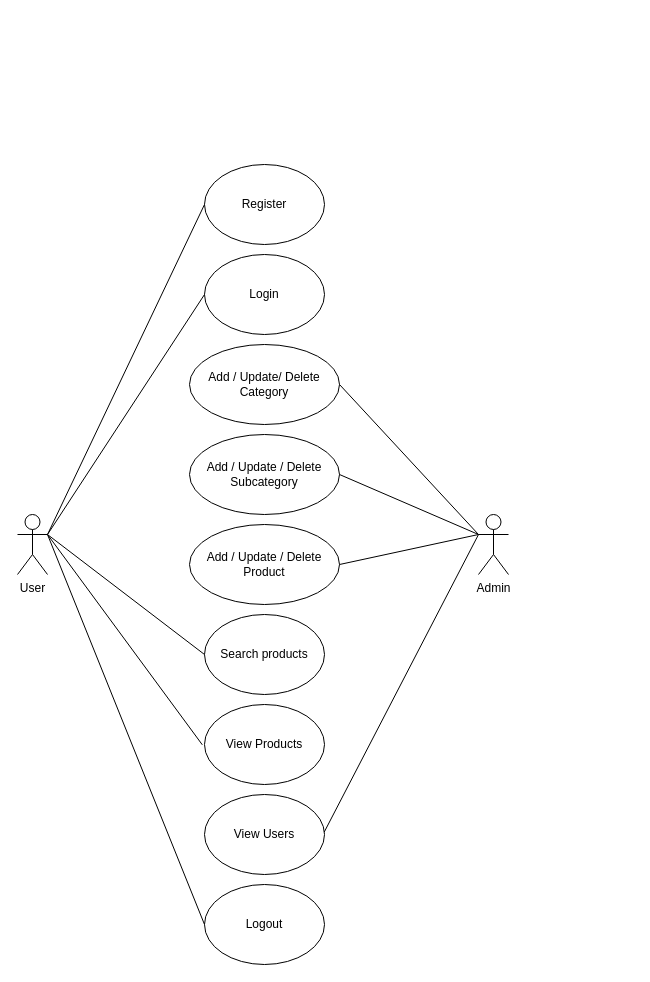
Earlier version of the draw.io diagram use-case diagramme.drawio (PrinceRudani/codedecoders). Source tidied: cells renumbered, new cells numbered last; positions are measured from the earlier drawing's top-left corner, leaving out a move shared by most shapes. Both pictures are drawn from the tidied source at 100%, with x=0, y=0 at pixel (17, 164).
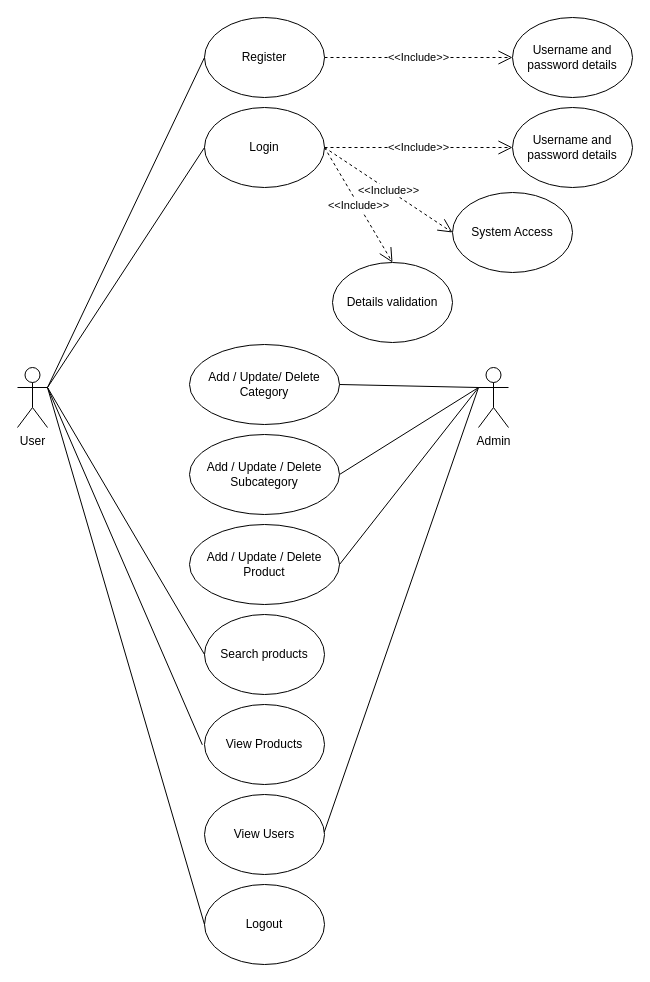
The same diagram, later.

The edit, as a diff of the source:
```diff
@@
     <mxCell id="6" value="Register" style="ellipse;whiteSpace=wrap;html=1;labelBackgroundColor=none;" parent="1" vertex="1">
-      <mxGeometry x="187" width="120" height="80" as="geometry" />
+      <mxGeometry x="187" y="-147" width="120" height="80" as="geometry" />
     </mxCell>
@@
     <mxCell id="10" value="Login" style="ellipse;whiteSpace=wrap;html=1;labelBackgroundColor=none;" parent="1" vertex="1">
-      <mxGeometry x="187" y="90" width="120" height="80" as="geometry" />
+      <mxGeometry x="187" y="-57" width="120" height="80" as="geometry" />
     </mxCell>
     <mxCell id="11" value="User" style="shape=umlActor;verticalLabelPosition=bottom;verticalAlign=top;html=1;outlineConnect=0;labelBackgroundColor=none;" parent="1" vertex="1">
-      <mxGeometry y="350" width="30" height="60" as="geometry" />
+      <mxGeometry y="203" width="30" height="60" as="geometry" />
     </mxCell>
     <mxCell id="12" value="Admin" style="shape=umlActor;verticalLabelPosition=bottom;verticalAlign=top;html=1;outlineConnect=0;labelBackgroundColor=none;" parent="1" vertex="1">
-      <mxGeometry x="461" y="350" width="30" height="60" as="geometry" />
+      <mxGeometry x="461" y="203" width="30" height="60" as="geometry" />
     </mxCell>
@@
+    <mxCell id="22" value="&amp;lt;&amp;lt;Include&amp;gt;&amp;gt;" style="endArrow=open;endSize=12;dashed=1;html=1;rounded=0;exitX=1;exitY=0.5;exitDx=0;exitDy=0;entryX=0;entryY=0.5;entryDx=0;entryDy=0;" parent="1" edge="1" source="6" target="23">
+      <mxGeometry relative="1" as="geometry" />
+    </mxCell>
+    <mxCell id="23" value="Username and password details" style="ellipse;whiteSpace=wrap;html=1;labelBackgroundColor=none;" parent="1" vertex="1">
+      <mxGeometry x="495" y="-147" width="120" height="80" as="geometry" />
+    </mxCell>
+    <mxCell id="24" value="&amp;lt;&amp;lt;Include&amp;gt;&amp;gt;" style="endArrow=open;endSize=12;dashed=1;html=1;rounded=0;exitX=1;exitY=0.5;exitDx=0;exitDy=0;entryX=0;entryY=0.5;entryDx=0;entryDy=0;" parent="1" edge="1" source="10" target="25">
+      <mxGeometry relative="1" as="geometry" />
+    </mxCell>
+    <mxCell id="25" value="Username and password details" style="ellipse;whiteSpace=wrap;html=1;labelBackgroundColor=none;" parent="1" vertex="1">
+      <mxGeometry x="495" y="-57" width="120" height="80" as="geometry" />
+    </mxCell>
+    <mxCell id="26" value="&amp;lt;&amp;lt;Include&amp;gt;&amp;gt;" style="endArrow=open;endSize=12;dashed=1;html=1;rounded=0;exitX=1;exitY=0.5;exitDx=0;exitDy=0;entryX=0;entryY=0.5;entryDx=0;entryDy=0;" parent="1" edge="1" source="10" target="27">
+      <mxGeometry relative="1" as="geometry" />
+    </mxCell>
+    <mxCell id="27" value="System Access" style="ellipse;whiteSpace=wrap;html=1;labelBackgroundColor=none;" parent="1" vertex="1">
+      <mxGeometry x="435" y="28" width="120" height="80" as="geometry" />
+    </mxCell>
+    <mxCell id="28" value="&amp;lt;&amp;lt;Include&amp;gt;&amp;gt;" style="endArrow=open;endSize=12;dashed=1;html=1;rounded=0;exitX=1;exitY=0.5;exitDx=0;exitDy=0;entryX=0.5;entryY=0;entryDx=0;entryDy=0;" parent="1" edge="1" source="10" target="29">
+      <mxGeometry relative="1" as="geometry" />
+    </mxCell>
+    <mxCell id="29" value="Details validation" style="ellipse;whiteSpace=wrap;html=1;labelBackgroundColor=none;" parent="1" vertex="1">
+      <mxGeometry x="315" y="98" width="120" height="80" as="geometry" />
+    </mxCell>
```
